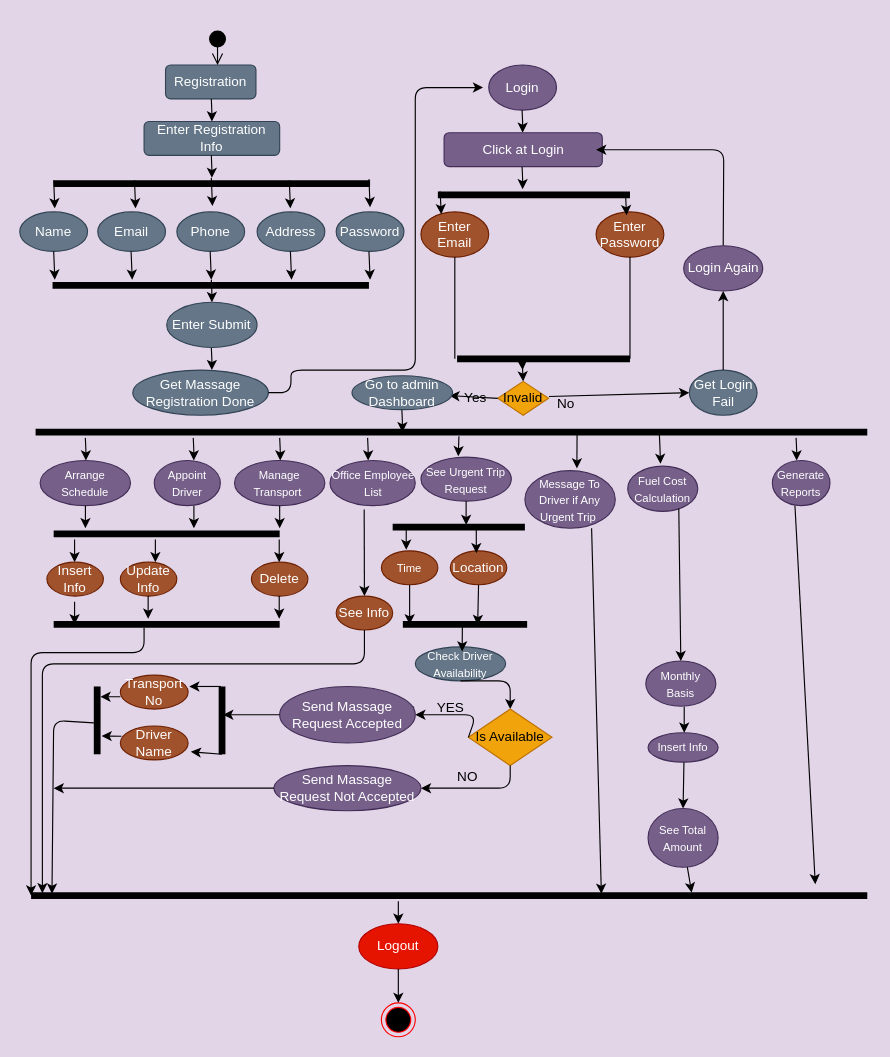
Earlier version of the draw.io diagram database/Activity Diagram Admin.drawio (SHIMAISRAFIL/Transport-Schedule). Source tidied: cells renumbered, new cells numbered last; positions are measured from the earlier drawing's top-left corner, leaving out a move shared by most shapes. Both pictures are drawn from the tidied source at 113%, with x=0, y=0 at pixel (19, 29).
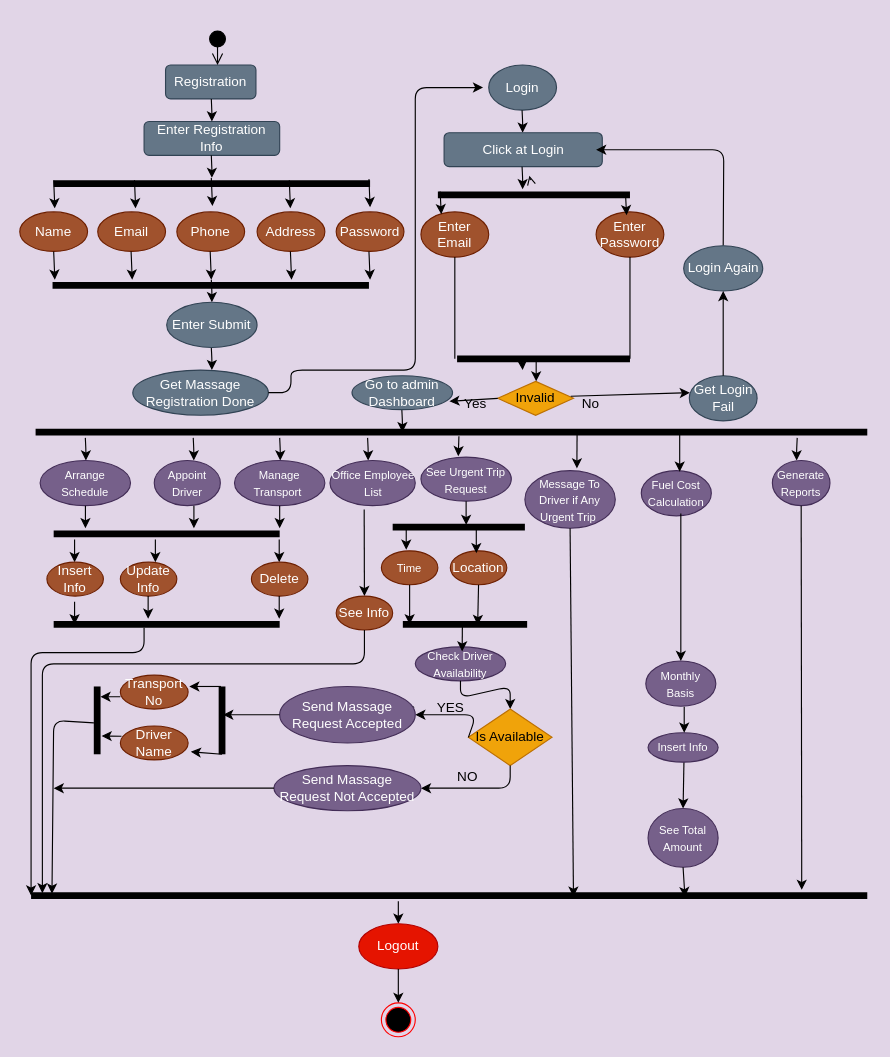
The same diagram, later.

The change refers to these unchanged cells:
```xml
<mxCell id="17" value="&lt;font style=&quot;font-size: 10px&quot;&gt;Generate Reports&lt;/font&gt;" style="ellipse;whiteSpace=wrap;html=1;strokeColor=#432D57;fillColor=#76608a;fontColor=#ffffff;" parent="1" vertex="1">
  <mxGeometry x="666" y="381" width="51" height="40" as="geometry" />
</mxCell>
<mxCell id="40" value="Is Available" style="rhombus;whiteSpace=wrap;html=1;strokeColor=#BD7000;fillColor=#f0a30a;fontColor=#000000;" parent="1" vertex="1">
  <mxGeometry x="397" y="601" width="74" height="50" as="geometry" />
</mxCell>
<mxCell id="53" value="&lt;font style=&quot;font-size: 10px&quot;&gt;Monthly Basis&lt;/font&gt;" style="ellipse;whiteSpace=wrap;html=1;strokeColor=#432D57;fillColor=#76608a;fontColor=#ffffff;" parent="1" vertex="1">
  <mxGeometry x="554" y="558.5" width="62" height="40" as="geometry" />
</mxCell>
<mxCell id="55" value="&lt;font style=&quot;font-size: 10px&quot;&gt;See Total Amount&lt;/font&gt;" style="ellipse;whiteSpace=wrap;html=1;strokeColor=#432D57;fillColor=#76608a;fontColor=#ffffff;" parent="1" vertex="1">
  <mxGeometry x="556" y="689" width="62" height="52" as="geometry" />
</mxCell>
<mxCell id="71" style="shape=line;html=1;strokeWidth=6;" parent="1" vertex="1">
  <mxGeometry x="10" y="761" width="740" height="10" as="geometry" />
</mxCell>
<mxCell id="76" style="group;" parent="1" vertex="1">
  <mxGeometry width="657.5" height="341" as="geometry" />
</mxCell>
<mxCell id="124" style="shape=line;html=1;strokeWidth=6;" parent="76" vertex="1">
  <mxGeometry x="370" y="141" width="170" height="10" as="geometry" />
</mxCell>
<mxCell id="131" value="&lt;font style=&quot;font-size: 10px&quot;&gt;Message To Driver if Any Urgent Trip&amp;nbsp;&lt;/font&gt;" style="ellipse;whiteSpace=wrap;html=1;strokeColor=#432D57;fillColor=#76608a;fontColor=#ffffff;" parent="1" vertex="1">
  <mxGeometry x="447" y="390" width="80" height="51" as="geometry" />
</mxCell>
```

The edit, as a diff of the source:
```diff
@@
-    <mxCell id="9" style="endArrow=classic;html=1;" parent="1" edge="1">
-      <mxGeometry x="131.5" y="217" as="geometry">
-        <mxPoint x="566" y="358" as="sourcePoint" />
-        <mxPoint x="567" y="384" as="targetPoint" />
-        <Array as="points">
-          <mxPoint x="566.5" y="368" />
-        </Array>
-      </mxGeometry>
-    </mxCell>
     <mxCell id="10" style="endArrow=classic;html=1;" parent="1" edge="1">
       <mxGeometry x="252.5" y="220" as="geometry">
-        <mxPoint x="687" y="361" as="sourcePoint" />
+        <mxPoint x="688" y="361" as="sourcePoint" />
         <mxPoint x="687.5" y="381" as="targetPoint" />
         <Array as="points">
           <mxPoint x="687.5" y="371" />
         </Array>
       </mxGeometry>
     </mxCell>
@@
     <mxCell id="16" value="&lt;font style=&quot;font-size: 10px&quot;&gt;Fuel Cost Calculation&lt;/font&gt;" style="ellipse;whiteSpace=wrap;html=1;strokeColor=#432D57;fillColor=#76608a;fontColor=#ffffff;" parent="1" vertex="1">
-      <mxGeometry x="538" y="386" width="62" height="40" as="geometry" />
+      <mxGeometry x="550" y="390" width="62" height="40" as="geometry" />
     </mxCell>
@@
-    <mxCell id="38" value="&lt;font style=&quot;font-size: 10px&quot;&gt;Check Driver Availability&lt;/font&gt;" style="ellipse;whiteSpace=wrap;html=1;strokeColor=#314354;fillColor=#647687;fontColor=#ffffff;" parent="1" vertex="1">
+    <mxCell id="38" value="&lt;font style=&quot;font-size: 10px&quot;&gt;Check Driver Availability&lt;/font&gt;" style="ellipse;whiteSpace=wrap;html=1;strokeColor=#432D57;fillColor=#76608a;fontColor=#ffffff;" parent="1" vertex="1">
       <mxGeometry x="350" y="546" width="80" height="30" as="geometry" />
     </mxCell>
     <mxCell id="39" style="endArrow=classic;html=1;strokeColor=#000000;exitX=0.5;exitY=1;exitDx=0;exitDy=0;entryX=0.5;entryY=0;entryDx=0;entryDy=0;" parent="1" edge="1" source="38" target="40">
       <mxGeometry relative="1" as="geometry">
         <Array as="points">
-          <mxPoint x="434" y="576" />
+          <mxPoint x="390" y="591" />
+          <mxPoint x="434" y="581" />
         </Array>
       </mxGeometry>
     </mxCell>
@@
-    <mxCell id="52" style="endArrow=classic;html=1;strokeColor=#000000;exitX=0.729;exitY=0.94;exitDx=0;exitDy=0;exitPerimeter=0;entryX=0.5;entryY=0;entryDx=0;entryDy=0;" parent="1" edge="1" source="16" target="53">
-      <mxGeometry relative="1" as="geometry" />
+    <mxCell id="52" style="endArrow=classic;html=1;strokeColor=#000000;entryX=0.5;entryY=0;entryDx=0;entryDy=0;" parent="1" edge="1" target="53">
+      <mxGeometry relative="1" as="geometry">
+        <mxPoint x="585" y="428" as="sourcePoint" />
+      </mxGeometry>
     </mxCell>
@@
-    <mxCell id="56" style="endArrow=classic;html=1;strokeColor=#000000;entryX=0.79;entryY=0.24;entryDx=0;entryDy=0;entryPerimeter=0;" parent="1" edge="1" source="55" target="71">
-      <mxGeometry relative="1" as="geometry" />
-    </mxCell>
-    <mxCell id="57" style="endArrow=classic;html=1;strokeColor=#000000;" parent="1" edge="1">
-      <mxGeometry relative="1" as="geometry">
-        <mxPoint x="686" y="421" as="sourcePoint" />
-        <mxPoint x="704" y="756" as="targetPoint" />
-      </mxGeometry>
-    </mxCell>
@@
-    <mxCell id="82" value="Login" style="ellipse;whiteSpace=wrap;html=1;fillColor=#76608a;strokeColor=#432D57;fontColor=#ffffff;" parent="76" vertex="1">
+    <mxCell id="82" value="Login" style="ellipse;whiteSpace=wrap;html=1;fillColor=#647687;strokeColor=#314354;fontColor=#ffffff;" parent="76" vertex="1">
       <mxGeometry x="415" y="31" width="60" height="40" as="geometry" />
     </mxCell>
@@
-    <mxCell id="84" value="Click at Login" style="rounded=1;whiteSpace=wrap;html=1;fillColor=#76608a;strokeColor=#432D57;fontColor=#ffffff;" parent="76" vertex="1">
+    <mxCell id="84" value="Click at Login" style="rounded=1;whiteSpace=wrap;html=1;fillColor=#647687;strokeColor=#314354;fontColor=#ffffff;" parent="76" vertex="1">
       <mxGeometry x="375.5" y="91" width="140" height="30" as="geometry" />
     </mxCell>
@@
     <mxCell id="92" value="Invalid" style="rhombus;whiteSpace=wrap;html=1;fillColor=#f0a30a;strokeColor=#BD7000;fontColor=#000000;" parent="76" vertex="1">
-      <mxGeometry x="423" y="311" width="45" height="30" as="geometry" />
+      <mxGeometry x="423" y="311" width="67" height="30" as="geometry" />
     </mxCell>
@@
     <mxCell id="95" value="Yes" style="text;html=1;align=center;verticalAlign=middle;points=[];strokeColor=none;" parent="76" vertex="1">
-      <mxGeometry x="383" y="316" width="40" height="20" as="geometry" />
+      <mxGeometry x="383" y="321" width="40" height="20" as="geometry" />
     </mxCell>
     <mxCell id="96" value="No" style="text;html=1;align=center;verticalAlign=middle;points=[];strokeColor=none;" parent="76" vertex="1">
-      <mxGeometry x="468" y="321" width="30" height="20" as="geometry" />
+      <mxGeometry x="490" y="321" width="30" height="20" as="geometry" />
     </mxCell>
     <mxCell id="97" value="Get Login Fail" style="ellipse;whiteSpace=wrap;html=1;fillColor=#647687;strokeColor=#314354;fontColor=#ffffff;" parent="76" vertex="1">
-      <mxGeometry x="592.5" y="301" width="60" height="40" as="geometry" />
+      <mxGeometry x="592.5" y="306" width="60" height="40" as="geometry" />
     </mxCell>
-    <mxCell id="98" style="endArrow=classic;html=1;entryX=0;entryY=0.5;entryDx=0;entryDy=0;exitX=0.011;exitY=0.167;exitDx=0;exitDy=0;exitPerimeter=0;" parent="76" edge="1" source="96" target="97">
-      <mxGeometry y="23" as="geometry" />
-    </mxCell>
@@
-    <mxCell id="100" value="Login Again" style="ellipse;whiteSpace=wrap;html=1;fillColor=#76608a;strokeColor=#432D57;fontColor=#ffffff;" parent="76" vertex="1">
+    <mxCell id="100" value="Login Again" style="ellipse;whiteSpace=wrap;html=1;fillColor=#647687;strokeColor=#314354;fontColor=#ffffff;" parent="76" vertex="1">
       <mxGeometry x="587.5" y="191" width="70" height="40" as="geometry" />
     </mxCell>
@@
-    <mxCell id="106" value="Name" style="ellipse;whiteSpace=wrap;html=1;fillColor=#647687;strokeColor=#314354;fontColor=#ffffff;" parent="76" vertex="1">
+    <mxCell id="106" value="Name" style="ellipse;whiteSpace=wrap;html=1;fillColor=#a0522d;strokeColor=#6D1F00;fontColor=#ffffff;" parent="76" vertex="1">
       <mxGeometry y="161" width="60" height="35" as="geometry" />
     </mxCell>
-    <mxCell id="107" value="Email" style="ellipse;whiteSpace=wrap;html=1;fillColor=#647687;strokeColor=#314354;fontColor=#ffffff;" parent="76" vertex="1">
+    <mxCell id="107" value="Email" style="ellipse;whiteSpace=wrap;html=1;fillColor=#a0522d;strokeColor=#6D1F00;fontColor=#ffffff;" parent="76" vertex="1">
       <mxGeometry x="69" y="161" width="60" height="35" as="geometry" />
     </mxCell>
-    <mxCell id="108" value="Phone" style="ellipse;whiteSpace=wrap;html=1;fillColor=#647687;strokeColor=#314354;fontColor=#ffffff;" parent="76" vertex="1">
+    <mxCell id="108" value="Phone" style="ellipse;whiteSpace=wrap;html=1;fillColor=#a0522d;strokeColor=#6D1F00;fontColor=#ffffff;" parent="76" vertex="1">
       <mxGeometry x="139" y="161" width="60" height="35" as="geometry" />
     </mxCell>
-    <mxCell id="109" value="Address" style="ellipse;whiteSpace=wrap;html=1;fillColor=#647687;strokeColor=#314354;fontColor=#ffffff;" parent="76" vertex="1">
+    <mxCell id="109" value="Address" style="ellipse;whiteSpace=wrap;html=1;fillColor=#a0522d;strokeColor=#6D1F00;fontColor=#ffffff;" parent="76" vertex="1">
       <mxGeometry x="210" y="161" width="60" height="35" as="geometry" />
     </mxCell>
-    <mxCell id="110" value="Password" style="ellipse;whiteSpace=wrap;html=1;fillColor=#647687;strokeColor=#314354;fontColor=#ffffff;" parent="76" vertex="1">
+    <mxCell id="110" value="Password" style="ellipse;whiteSpace=wrap;html=1;fillColor=#a0522d;strokeColor=#6D1F00;fontColor=#ffffff;" parent="76" vertex="1">
       <mxGeometry x="280" y="161" width="60" height="35" as="geometry" />
     </mxCell>
@@
+    <mxCell id="135" style="edgeStyle=none;curved=1;rounded=0;jettySize=auto;html=1;endArrow=open;sourcePerimeterSpacing=8;targetPerimeterSpacing=8;" parent="76" edge="1" source="124" target="84">
+      <mxGeometry relative="1" as="geometry" />
+    </mxCell>
@@
-    <mxCell id="126" style="endArrow=classic;html=1;" parent="76" edge="1">
-      <mxGeometry x="-65.5" y="111" as="geometry">
-        <mxPoint x="444.5" y="291" as="sourcePoint" />
-        <mxPoint x="445.5" y="311" as="targetPoint" />
-        <Array as="points">
-          <mxPoint x="445" y="301" />
-        </Array>
-      </mxGeometry>
-    </mxCell>
@@
+    <mxCell id="136" style="endArrow=classic;html=1;sourcePerimeterSpacing=8;targetPerimeterSpacing=8;" parent="76" edge="1">
+      <mxGeometry relative="1" as="geometry">
+        <mxPoint x="457" y="293" as="sourcePoint" />
+        <mxPoint x="457" y="311" as="targetPoint" />
+      </mxGeometry>
+    </mxCell>
+    <mxCell id="137" style="endArrow=classic;html=1;sourcePerimeterSpacing=8;targetPerimeterSpacing=8;exitX=-0.08;exitY=0.16;exitDx=0;exitDy=0;exitPerimeter=0;" parent="76" edge="1" source="96">
+      <mxGeometry relative="1" as="geometry">
+        <mxPoint x="593" y="321" as="targetPoint" />
+      </mxGeometry>
+    </mxCell>
@@
-    <mxCell id="132" style="endArrow=classic;html=1;exitX=0.738;exitY=1;exitDx=0;exitDy=0;exitPerimeter=0;entryX=0.682;entryY=0.34;entryDx=0;entryDy=0;entryPerimeter=0;" parent="1" edge="1" source="131" target="71">
-      <mxGeometry relative="1" as="geometry" />
+    <mxCell id="132" style="endArrow=classic;html=1;exitX=0.5;exitY=1;exitDx=0;exitDy=0;" parent="1" edge="1" source="131">
+      <mxGeometry relative="1" as="geometry">
+        <mxPoint x="490" y="767" as="targetPoint" />
+      </mxGeometry>
     </mxCell>
@@
+    <mxCell id="138" style="endArrow=classic;html=1;sourcePerimeterSpacing=8;targetPerimeterSpacing=8;exitX=0.5;exitY=1;exitDx=0;exitDy=0;" parent="1" edge="1" source="17">
+      <mxGeometry relative="1" as="geometry">
+        <mxPoint x="692" y="761" as="targetPoint" />
+      </mxGeometry>
+    </mxCell>
+    <mxCell id="139" style="endArrow=classic;html=1;sourcePerimeterSpacing=8;targetPerimeterSpacing=8;" parent="1" edge="1">
+      <mxGeometry relative="1" as="geometry">
+        <mxPoint x="584" y="357" as="sourcePoint" />
+        <mxPoint x="584" y="391" as="targetPoint" />
+      </mxGeometry>
+    </mxCell>
+    <mxCell id="56" style="endArrow=classic;html=1;sourcePerimeterSpacing=8;targetPerimeterSpacing=8;exitX=0.5;exitY=1;exitDx=0;exitDy=0;entryX=0.782;entryY=0.64;entryDx=0;entryDy=0;entryPerimeter=0;" parent="1" edge="1" source="55" target="71">
+      <mxGeometry relative="1" as="geometry" />
+    </mxCell>
```
